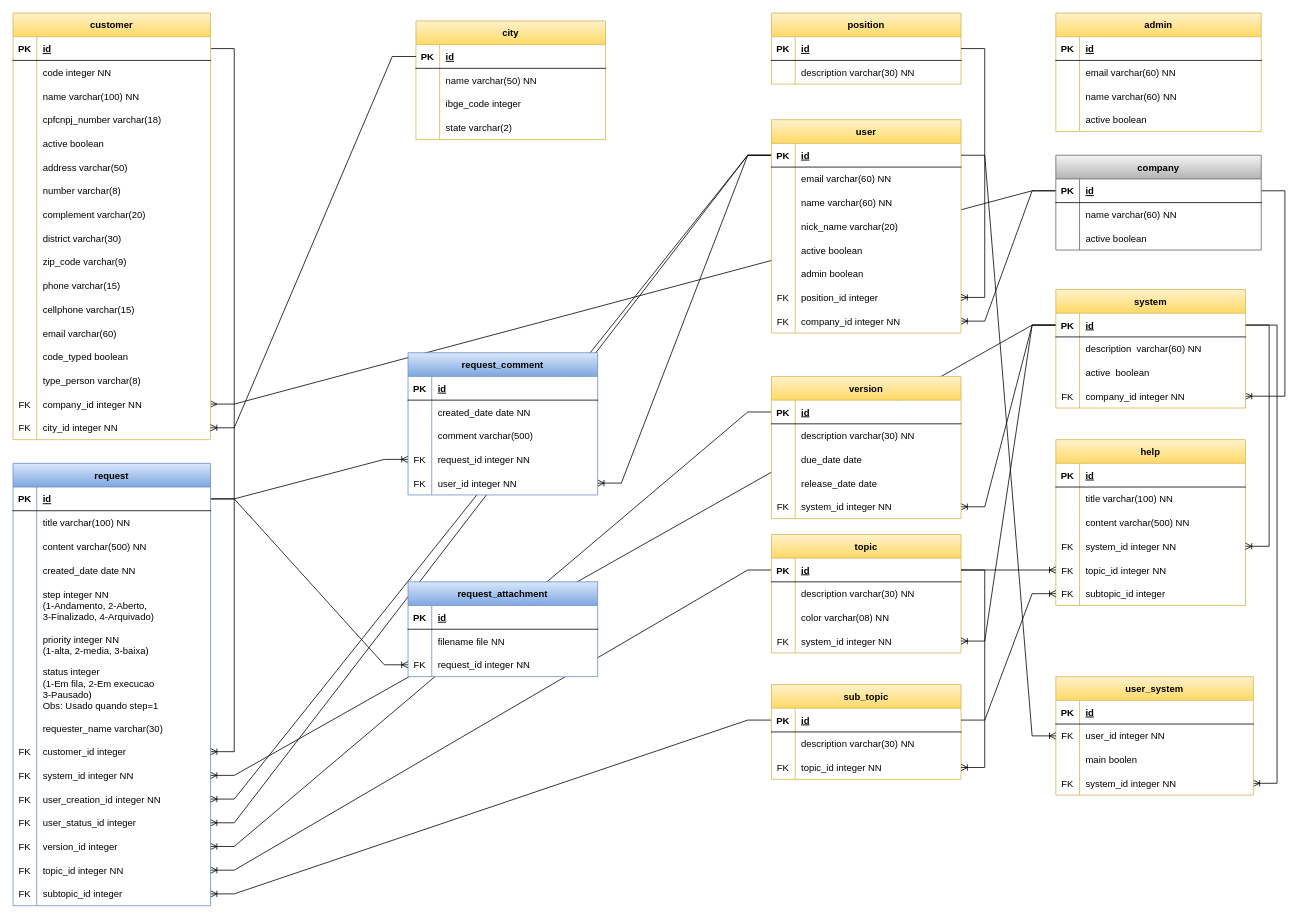
The draw.io diagram lib/docs/Entidades.drawio in edsoncosta-br/sfhelpdesk, before the edit. Source tidied: cells renumbered, new cells numbered last; positions are measured from the earlier drawing's top-left corner, leaving out a move shared by most shapes. Both pictures are drawn from the tidied source at 79%, with x=0, y=0 at pixel (13, 13).
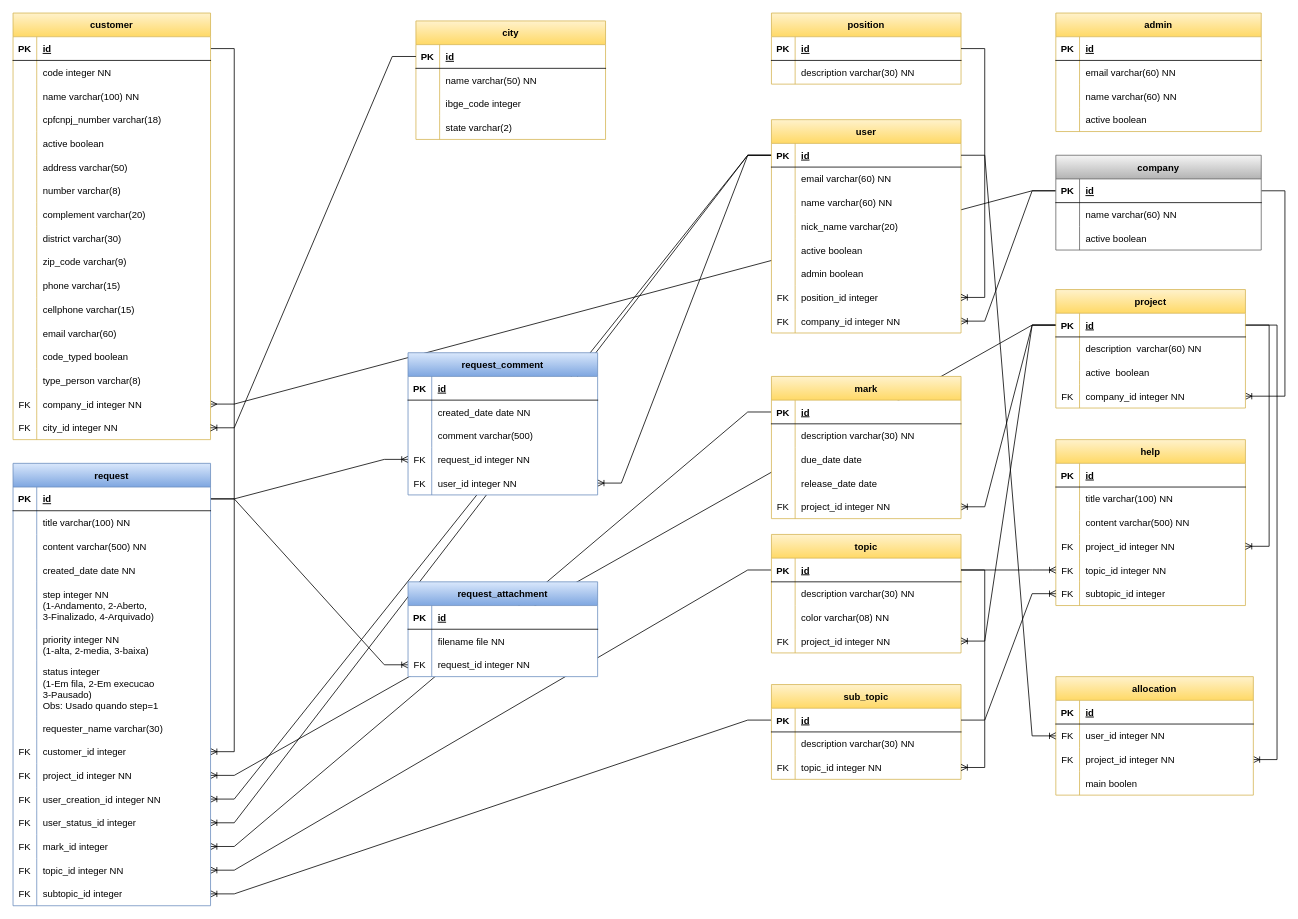
Above is the later version.

The change refers to these unchanged cells:
```xml
<mxCell id="117" style="shape=tableRow;horizontal=0;startSize=0;swimlaneHead=0;swimlaneBody=0;fillColor=none;points=[[0,0.5],[1,0.5]];portConstraint=eastwest;top=0;left=0;right=0;bottom=0;" parent="107" vertex="1">
  <mxGeometry y="120" width="240" height="30" as="geometry" />
</mxCell>
<mxCell id="133" style="shape=tableRow;horizontal=0;startSize=0;swimlaneHead=0;swimlaneBody=0;fillColor=none;points=[[0,0.5],[1,0.5]];portConstraint=eastwest;top=0;left=0;right=0;bottom=0;" parent="120" vertex="1">
  <mxGeometry y="150" width="240" height="30" as="geometry" />
</mxCell>
<mxCell id="164" style="shape=tableRow;horizontal=0;startSize=0;swimlaneHead=0;swimlaneBody=0;fillColor=none;points=[[0,0.5],[1,0.5]];portConstraint=eastwest;top=0;left=0;right=0;bottom=0;" parent="136" vertex="1">
  <mxGeometry y="380" width="250" height="30" as="geometry" />
</mxCell>
<mxCell id="173" style="shape=tableRow;horizontal=0;startSize=0;swimlaneHead=0;swimlaneBody=0;fillColor=none;points=[[0,0.5],[1,0.5]];portConstraint=eastwest;top=0;left=0;right=0;bottom=0;" parent="136" vertex="1">
  <mxGeometry y="470" width="250" height="30" as="geometry" />
</mxCell>
<mxCell id="278" style="shape=tableRow;horizontal=0;startSize=0;swimlaneHead=0;swimlaneBody=0;fillColor=none;points=[[0,0.5],[1,0.5]];portConstraint=eastwest;top=0;left=0;right=0;bottom=0;" parent="268" vertex="1">
  <mxGeometry y="120" width="240" height="30" as="geometry" />
</mxCell>
```

Diff of the diagram source:
```diff
@@
-    <mxCell id="69" value="system" style="shape=table;startSize=30;childLayout=tableLayout;rowLines=0;fontStyle=1;align=center;swimlaneFillColor=#FFFFFF;fillColor=#fff2cc;gradientColor=#ffd966;strokeColor=#d6b656;" parent="1" vertex="1">
+    <mxCell id="69" value="project" style="shape=table;startSize=30;childLayout=tableLayout;rowLines=0;fontStyle=1;align=center;swimlaneFillColor=#FFFFFF;fillColor=#fff2cc;gradientColor=#ffd966;strokeColor=#d6b656;" parent="1" vertex="1">
       <mxGeometry x="1320" y="350" width="240" height="150" as="geometry" />
     </mxCell>
@@
-    <mxCell id="119" value="system_id integer NN" style="shape=partialRectangle;fillColor=none;top=0;left=0;bottom=0;right=0;align=left;spacingLeft=6;overflow=hidden;" parent="117" vertex="1">
+    <mxCell id="119" value="project_id integer NN" style="shape=partialRectangle;fillColor=none;top=0;left=0;bottom=0;right=0;align=left;spacingLeft=6;overflow=hidden;" parent="117" vertex="1">
       <mxGeometry x="30" width="210" height="30" as="geometry" />
     </mxCell>
-    <mxCell id="120" value="version" style="shape=table;startSize=30;childLayout=tableLayout;rowLines=0;fontStyle=1;align=center;swimlaneFillColor=#FFFFFF;fillColor=#fff2cc;gradientColor=#ffd966;strokeColor=#d6b656;" parent="1" vertex="1">
+    <mxCell id="120" value="mark" style="shape=table;startSize=30;childLayout=tableLayout;rowLines=0;fontStyle=1;align=center;swimlaneFillColor=#FFFFFF;fillColor=#fff2cc;gradientColor=#ffd966;strokeColor=#d6b656;" parent="1" vertex="1">
       <mxGeometry x="960" y="460" width="240" height="180" as="geometry" />
     </mxCell>
@@
-    <mxCell id="135" value="system_id integer NN" style="shape=partialRectangle;fillColor=none;top=0;left=0;bottom=0;right=0;align=left;spacingLeft=6;overflow=hidden;" parent="133" vertex="1">
+    <mxCell id="135" value="project_id integer NN" style="shape=partialRectangle;fillColor=none;top=0;left=0;bottom=0;right=0;align=left;spacingLeft=6;overflow=hidden;" parent="133" vertex="1">
       <mxGeometry x="30" width="210" height="30" as="geometry" />
     </mxCell>
@@
-    <mxCell id="166" value="system_id integer NN" style="shape=partialRectangle;fillColor=none;top=0;left=0;bottom=0;right=0;align=left;spacingLeft=6;overflow=hidden;" parent="164" vertex="1">
+    <mxCell id="166" value="project_id integer NN" style="shape=partialRectangle;fillColor=none;top=0;left=0;bottom=0;right=0;align=left;spacingLeft=6;overflow=hidden;" parent="164" vertex="1">
       <mxGeometry x="30" width="220" height="30" as="geometry" />
     </mxCell>
@@
-    <mxCell id="175" value="version_id integer" style="shape=partialRectangle;fillColor=none;top=0;left=0;bottom=0;right=0;align=left;spacingLeft=6;overflow=hidden;" parent="173" vertex="1">
+    <mxCell id="175" value="mark_id integer" style="shape=partialRectangle;fillColor=none;top=0;left=0;bottom=0;right=0;align=left;spacingLeft=6;overflow=hidden;" parent="173" vertex="1">
       <mxGeometry x="30" width="220" height="30" as="geometry" />
     </mxCell>
@@
-    <mxCell id="198" value="user_system" style="shape=table;startSize=30;childLayout=tableLayout;rowLines=0;fontStyle=1;align=center;swimlaneFillColor=#FFFFFF;fillColor=#fff2cc;strokeColor=#d6b656;gradientColor=#ffd966;" parent="1" vertex="1">
+    <mxCell id="198" value="allocation" style="shape=table;startSize=30;childLayout=tableLayout;rowLines=0;fontStyle=1;align=center;swimlaneFillColor=#FFFFFF;fillColor=#fff2cc;strokeColor=#d6b656;gradientColor=#ffd966;" parent="1" vertex="1">
       <mxGeometry x="1320" y="840" width="250" height="150" as="geometry" />
     </mxCell>
@@
+    <mxCell id="208" style="shape=tableRow;horizontal=0;startSize=0;swimlaneHead=0;swimlaneBody=0;fillColor=none;points=[[0,0.5],[1,0.5]];portConstraint=eastwest;top=0;left=0;right=0;bottom=0;" parent="198" vertex="1">
+      <mxGeometry y="90" width="250" height="30" as="geometry" />
+    </mxCell>
+    <mxCell id="209" value="FK" style="shape=partialRectangle;fillColor=none;top=0;left=0;bottom=0;right=0;overflow=hidden;" parent="208" vertex="1">
+      <mxGeometry width="30" height="30" as="geometry" />
+    </mxCell>
+    <mxCell id="210" value="project_id integer NN" style="shape=partialRectangle;fillColor=none;top=0;left=0;bottom=0;right=0;align=left;spacingLeft=6;overflow=hidden;" parent="208" vertex="1">
+      <mxGeometry x="30" width="220" height="30" as="geometry" />
+    </mxCell>
     <mxCell id="205" style="shape=tableRow;horizontal=0;startSize=0;swimlaneHead=0;swimlaneBody=0;fillColor=none;top=0;left=0;right=0;bottom=0;" parent="198" vertex="1">
-      <mxGeometry y="90" width="250" height="30" as="geometry" />
+      <mxGeometry y="120" width="250" height="30" as="geometry" />
     </mxCell>
@@
-    <mxCell id="208" style="shape=tableRow;horizontal=0;startSize=0;swimlaneHead=0;swimlaneBody=0;fillColor=none;points=[[0,0.5],[1,0.5]];portConstraint=eastwest;top=0;left=0;right=0;bottom=0;" parent="198" vertex="1">
-      <mxGeometry y="120" width="250" height="30" as="geometry" />
-    </mxCell>
-    <mxCell id="209" value="FK" style="shape=partialRectangle;fillColor=none;top=0;left=0;bottom=0;right=0;overflow=hidden;" parent="208" vertex="1">
-      <mxGeometry width="30" height="30" as="geometry" />
-    </mxCell>
-    <mxCell id="210" value="system_id integer NN" style="shape=partialRectangle;fillColor=none;top=0;left=0;bottom=0;right=0;align=left;spacingLeft=6;overflow=hidden;" parent="208" vertex="1">
-      <mxGeometry x="30" width="220" height="30" as="geometry" />
-    </mxCell>
@@
-    <mxCell id="280" value="system_id integer NN" style="shape=partialRectangle;fillColor=none;top=0;left=0;bottom=0;right=0;align=left;spacingLeft=6;overflow=hidden;" parent="278" vertex="1">
+    <mxCell id="280" value="project_id integer NN" style="shape=partialRectangle;fillColor=none;top=0;left=0;bottom=0;right=0;align=left;spacingLeft=6;overflow=hidden;" parent="278" vertex="1">
       <mxGeometry x="30" width="210" height="30" as="geometry" />
     </mxCell>
```
